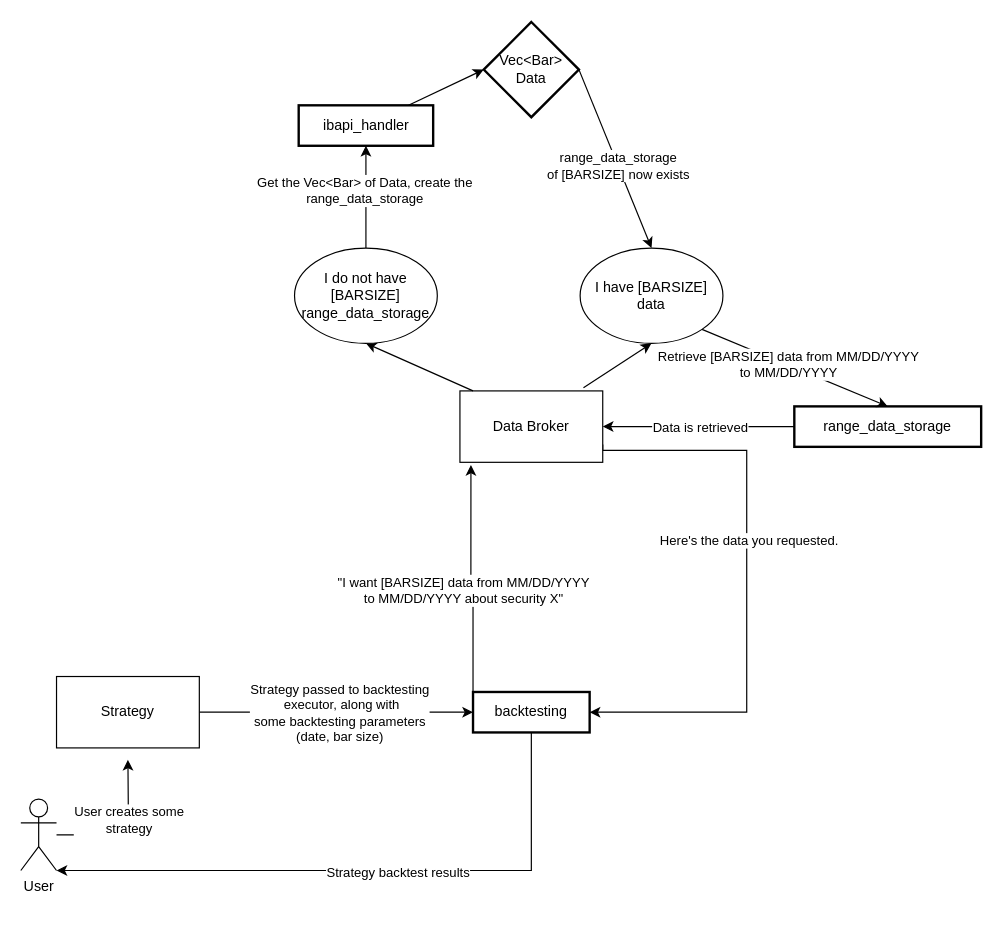
This is SystemDesign.drawio from EatonWu/free-quant, a draw.io file, before an edit. Source tidied: cells renumbered, new cells numbered last; positions are measured from the earlier drawing's top-left corner, leaving out a move shared by most shapes. Both pictures are drawn from the tidied source at 119%, with x=0, y=0 at pixel (20, 21).
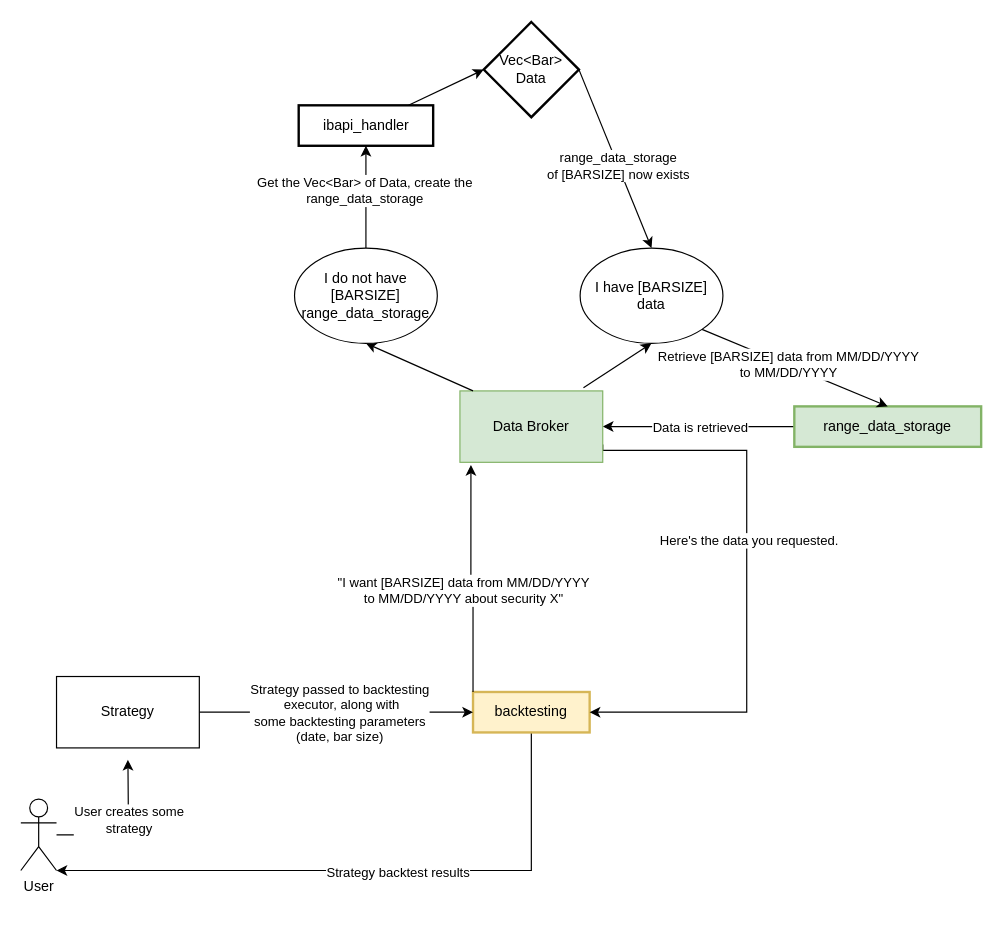
Above is the later version.

What changed in the source:
```diff
@@
-    <mxCell id="5" value="backtesting" style="whiteSpace=wrap;strokeWidth=2;" parent="1" vertex="1">
+    <mxCell id="5" value="backtesting" style="whiteSpace=wrap;strokeWidth=2;fillColor=#fff2cc;strokeColor=#d6b656;" parent="1" vertex="1">
       <mxGeometry x="380" y="563" width="98" height="34" as="geometry" />
     </mxCell>
@@
-    <mxCell id="12" value="range_data_storage" style="whiteSpace=wrap;strokeWidth=2;" parent="1" vertex="1">
+    <mxCell id="12" value="range_data_storage" style="whiteSpace=wrap;strokeWidth=2;fillColor=#d5e8d4;strokeColor=#82b366;" parent="1" vertex="1">
       <mxGeometry x="650" y="323" width="157" height="34" as="geometry" />
     </mxCell>
@@
-    <mxCell id="21" value="&lt;div&gt;Data Broker&lt;/div&gt;" style="rounded=0;whiteSpace=wrap;html=1;" parent="1" vertex="1">
+    <mxCell id="21" value="&lt;div&gt;Data Broker&lt;/div&gt;" style="rounded=0;whiteSpace=wrap;html=1;fillColor=#d5e8d4;strokeColor=#82b366;" parent="1" vertex="1">
       <mxGeometry x="369" y="310" width="120" height="60" as="geometry" />
     </mxCell>
```
